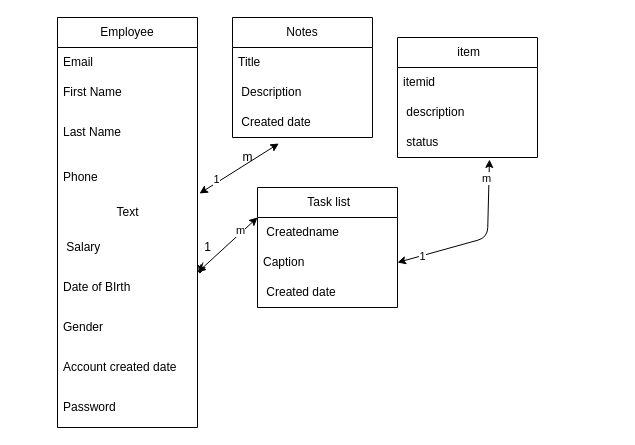
This is designs/database.drawio from fathRoshne/Ai-php-b1, a draw.io file, before an edit. Source tidied: cells renumbered, new cells numbered last; positions are measured from the earlier drawing's top-left corner, leaving out a move shared by most shapes. Both pictures are drawn from the tidied source at 100%, with x=0, y=0 at pixel (57, 17).
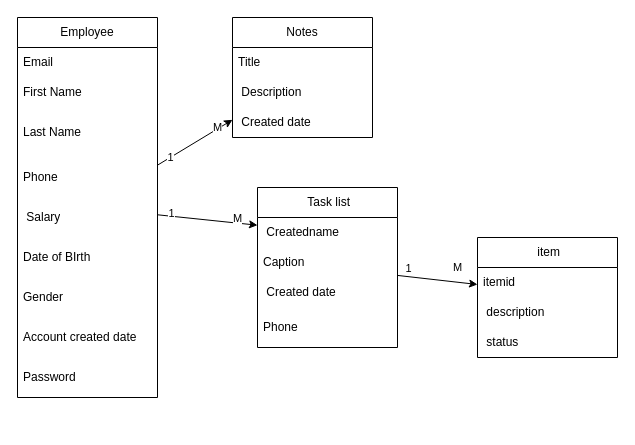
Above is the later version.

Unchanged cells that the change refers to:
```xml
<mxCell id="13" value="Notes" style="swimlane;fontStyle=0;horizontal=1;startSize=30;whiteSpace=wrap;html=1;" parent="1" vertex="1">
  <mxGeometry x="175" width="140" height="120" as="geometry" />
</mxCell>
<mxCell id="16" value="&amp;nbsp;Created date" style="text;strokeColor=none;fillColor=none;align=left;verticalAlign=middle;spacingLeft=4;spacingRight=4;overflow=hidden;points=[[0,0.5],[1,0.5]];portConstraint=eastwest;whiteSpace=wrap;html=1;" parent="13" vertex="1">
  <mxGeometry y="90" width="140" height="30" as="geometry" />
</mxCell>
<mxCell id="18" value="&amp;nbsp;Createdname" style="text;strokeColor=none;fillColor=none;align=left;verticalAlign=middle;spacingLeft=4;spacingRight=4;overflow=hidden;points=[[0,0.5],[1,0.5]];portConstraint=eastwest;whiteSpace=wrap;html=1;" parent="17" vertex="1">
  <mxGeometry y="30" width="140" height="30" as="geometry" />
</mxCell>
<mxCell id="19" value="Caption" style="text;strokeColor=none;fillColor=none;align=left;verticalAlign=middle;spacingLeft=4;spacingRight=4;overflow=hidden;points=[[0,0.5],[1,0.5]];portConstraint=eastwest;whiteSpace=wrap;html=1;" parent="17" vertex="1">
  <mxGeometry y="60" width="140" height="30" as="geometry" />
</mxCell>
<mxCell id="24" value="&amp;nbsp;status" style="text;strokeColor=none;fillColor=none;align=left;verticalAlign=middle;spacingLeft=4;spacingRight=4;overflow=hidden;points=[[0,0.5],[1,0.5]];portConstraint=eastwest;whiteSpace=wrap;html=1;" parent="21" vertex="1">
  <mxGeometry y="90" width="140" height="30" as="geometry" />
</mxCell>
```

What changed in the source:
```diff
@@
+    <mxCell id="35" style="edgeStyle=none;html=1;" parent="1" edge="1" source="2" target="13">
+      <mxGeometry relative="1" as="geometry" />
+    </mxCell>
+    <mxCell id="36" value="M" style="edgeLabel;html=1;align=center;verticalAlign=middle;" parent="35" vertex="1">
+      <mxGeometry x="0.62" y="2" relative="1" as="geometry" />
+    </mxCell>
+    <mxCell id="37" value="1" style="edgeLabel;html=1;align=center;verticalAlign=middle;" parent="35" vertex="1">
+      <mxGeometry x="-0.66" y="1" relative="1" as="geometry" />
+    </mxCell>
+    <mxCell id="38" style="edgeStyle=none;html=1;" parent="1" edge="1" source="2" target="18">
+      <mxGeometry relative="1" as="geometry" />
+    </mxCell>
+    <mxCell id="39" value="M" style="edgeLabel;html=1;align=center;verticalAlign=middle;" parent="38" vertex="1">
+      <mxGeometry x="0.55" y="1" relative="1" as="geometry">
+        <mxPoint x="2" y="-4" as="offset" />
+      </mxGeometry>
+    </mxCell>
+    <mxCell id="40" value="1" style="edgeLabel;html=1;align=center;verticalAlign=middle;" parent="38" vertex="1">
+      <mxGeometry x="-0.74" y="3" relative="1" as="geometry" />
+    </mxCell>
     <mxCell id="2" value="Employee" style="swimlane;fontStyle=0;horizontal=1;startSize=30;whiteSpace=wrap;html=1;" parent="1" vertex="1">
-      <mxGeometry width="140" height="410" as="geometry" />
+      <mxGeometry x="-40" width="140" height="380" as="geometry" />
     </mxCell>
@@
-    <mxCell id="7" value="Text" style="text;html=1;align=center;verticalAlign=middle;points=[];strokeColor=none;fillColor=none;" parent="2" vertex="1">
-      <mxGeometry y="180" width="140" height="30" as="geometry" />
-    </mxCell>
     <mxCell id="8" value="&amp;nbsp;Salary" style="text;strokeColor=none;fillColor=none;align=left;verticalAlign=middle;spacingLeft=4;spacingRight=4;overflow=hidden;whiteSpace=wrap;html=1;" parent="2" vertex="1">
-      <mxGeometry y="210" width="140" height="40" as="geometry" />
+      <mxGeometry y="180" width="140" height="40" as="geometry" />
     </mxCell>
     <mxCell id="9" value="Date of BIrth" style="text;strokeColor=none;fillColor=none;align=left;verticalAlign=middle;spacingLeft=4;spacingRight=4;overflow=hidden;points=[[0,0.5],[1,0.5]];portConstraint=eastwest;whiteSpace=wrap;html=1;" parent="2" vertex="1">
-      <mxGeometry y="250" width="140" height="40" as="geometry" />
+      <mxGeometry y="220" width="140" height="40" as="geometry" />
     </mxCell>
     <mxCell id="10" value="Gender" style="text;strokeColor=none;fillColor=none;align=left;verticalAlign=middle;spacingLeft=4;spacingRight=4;overflow=hidden;whiteSpace=wrap;html=1;" parent="2" vertex="1">
-      <mxGeometry y="290" width="140" height="40" as="geometry" />
+      <mxGeometry y="260" width="140" height="40" as="geometry" />
     </mxCell>
     <mxCell id="11" value="Account created date" style="text;strokeColor=none;fillColor=none;align=left;verticalAlign=middle;spacingLeft=4;spacingRight=4;overflow=hidden;whiteSpace=wrap;html=1;" parent="2" vertex="1">
-      <mxGeometry y="330" width="140" height="40" as="geometry" />
+      <mxGeometry y="300" width="140" height="40" as="geometry" />
     </mxCell>
     <mxCell id="12" value="Password" style="text;strokeColor=none;fillColor=none;align=left;verticalAlign=middle;spacingLeft=4;spacingRight=4;overflow=hidden;whiteSpace=wrap;html=1;" parent="2" vertex="1">
-      <mxGeometry y="370" width="140" height="40" as="geometry" />
+      <mxGeometry y="340" width="140" height="40" as="geometry" />
     </mxCell>
@@
+    <mxCell id="41" style="edgeStyle=none;html=1;" parent="1" edge="1" source="17">
+      <mxGeometry relative="1" as="geometry">
+        <mxPoint x="420" y="267" as="targetPoint" />
+      </mxGeometry>
+    </mxCell>
+    <mxCell id="42" value="1" style="edgeLabel;html=1;align=center;verticalAlign=middle;" parent="41" vertex="1">
+      <mxGeometry x="-0.54" y="2" relative="1" as="geometry">
+        <mxPoint x="-9" y="-8" as="offset" />
+      </mxGeometry>
+    </mxCell>
+    <mxCell id="43" value="M" style="edgeLabel;html=1;align=center;verticalAlign=middle;" parent="41" vertex="1">
+      <mxGeometry x="0.49" y="1" relative="1" as="geometry">
+        <mxPoint y="-14" as="offset" />
+      </mxGeometry>
+    </mxCell>
     <mxCell id="17" value="&amp;nbsp;Task list" style="swimlane;fontStyle=0;horizontal=1;startSize=30;whiteSpace=wrap;html=1;" parent="1" vertex="1">
-      <mxGeometry x="200" y="170" width="140" height="120" as="geometry" />
+      <mxGeometry x="200" y="170" width="140" height="160" as="geometry" />
     </mxCell>
@@
+    <mxCell id="44" value="Phone" style="text;strokeColor=none;fillColor=none;align=left;verticalAlign=middle;spacingLeft=4;spacingRight=4;overflow=hidden;whiteSpace=wrap;html=1;" parent="17" vertex="1">
+      <mxGeometry y="120" width="140" height="40" as="geometry" />
+    </mxCell>
     <mxCell id="21" value="&amp;nbsp;item" style="swimlane;fontStyle=0;horizontal=1;startSize=30;whiteSpace=wrap;html=1;" parent="1" vertex="1">
-      <mxGeometry x="340" y="20" width="140" height="120" as="geometry" />
+      <mxGeometry x="420" y="220" width="140" height="120" as="geometry" />
     </mxCell>
@@
-    <mxCell id="25" style="endArrow=classic;startArrow=classic;html=1;entryX=0.331;entryY=1.2;entryDx=0;entryDy=0;entryPerimeter=0;exitX=1.014;exitY=-0.133;exitDx=0;exitDy=0;exitPerimeter=0;" parent="1" edge="1" source="7" target="16">
-      <mxGeometry relative="1" as="geometry" />
-    </mxCell>
-    <mxCell id="26" value="1" style="edgeLabel;html=1;align=center;verticalAlign=middle;" parent="25" vertex="1">
-      <mxGeometry x="-0.54" y="3" relative="1" as="geometry" />
-    </mxCell>
-    <mxCell id="27" style="endArrow=classic;startArrow=classic;html=1;" parent="1" edge="1">
-      <mxGeometry relative="1" as="geometry">
-        <mxPoint x="140" y="255" as="sourcePoint" />
-        <mxPoint x="200" y="200" as="targetPoint" />
-      </mxGeometry>
-    </mxCell>
-    <mxCell id="28" value="m" style="edgeLabel;html=1;align=center;verticalAlign=middle;" parent="27" vertex="1">
-      <mxGeometry x="0.47" y="2" relative="1" as="geometry" />
-    </mxCell>
-    <mxCell id="29" style="endArrow=classic;startArrow=classic;html=1;exitX=1;exitY=0.5;exitDx=0;exitDy=0;entryX=0.657;entryY=1.067;entryDx=0;entryDy=0;entryPerimeter=0;" parent="1" edge="1" source="19" target="24">
-      <mxGeometry relative="1" as="geometry">
-        <Array as="points">
-          <mxPoint x="430" y="220" />
-        </Array>
-      </mxGeometry>
-    </mxCell>
-    <mxCell id="30" value="1" style="edgeLabel;html=1;align=center;verticalAlign=middle;" parent="29" vertex="1">
-      <mxGeometry x="-0.71" relative="1" as="geometry" />
-    </mxCell>
-    <mxCell id="31" value="m" style="edgeLabel;html=1;align=center;verticalAlign=middle;" parent="29" vertex="1">
-      <mxGeometry x="0.79" y="3" relative="1" as="geometry" />
-    </mxCell>
-    <mxCell id="32" value="m" style="text;html=1;align=center;verticalAlign=middle;strokeColor=none;fillColor=none;" parent="1" vertex="1">
-      <mxGeometry x="175" y="125" width="30" height="30" as="geometry" />
-    </mxCell>
-    <mxCell id="33" style="edgeStyle=none;html=1;entryX=1.014;entryY=0.167;entryDx=0;entryDy=0;entryPerimeter=0;" parent="1" edge="1" source="34" target="9">
-      <mxGeometry relative="1" as="geometry" />
-    </mxCell>
-    <mxCell id="34" value="1" style="text;html=1;align=center;verticalAlign=middle;points=[];strokeColor=none;fillColor=none;" parent="1" vertex="1">
-      <mxGeometry x="135" y="215" width="30" height="30" as="geometry" />
-    </mxCell>
```
